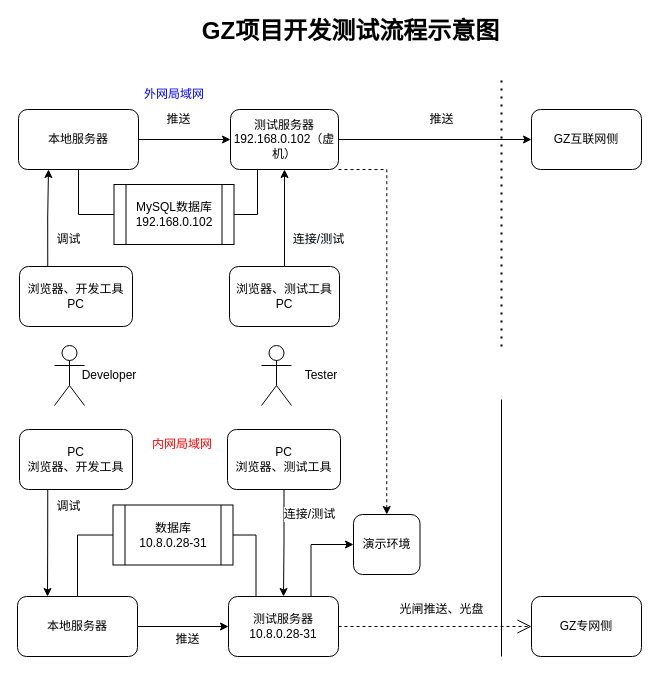
Above: page "Page-1" (1 of 3) of test.drawio in fanch-luck/uiapps (draw.io), before the change. Source tidied: cells renumbered, new cells numbered last; positions are measured from the earlier drawing's top-left corner, leaving out a move shared by most shapes. Both pictures are drawn from the tidied source at 100%, with x=0, y=0 at pixel (17, 21).
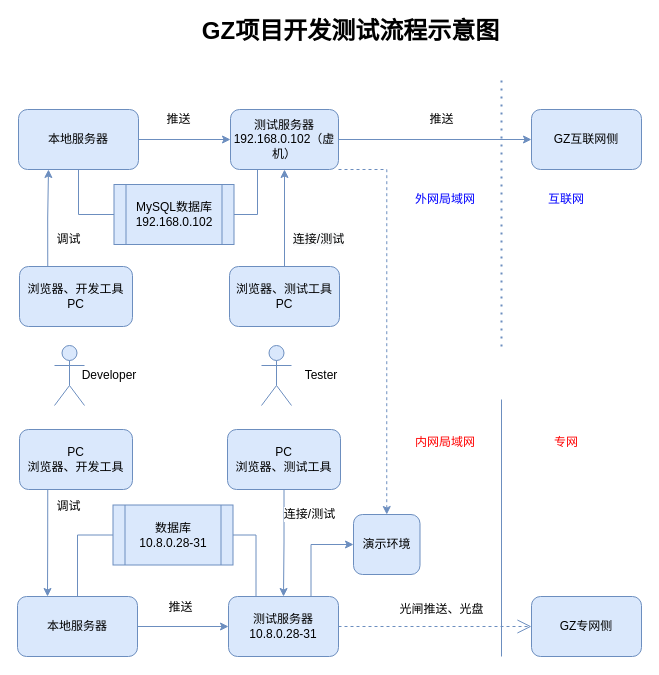
After the change.

Diff of the diagram source:
```diff
@@
-    <mxCell id="2" value="推送" style="edgeStyle=orthogonalEdgeStyle;rounded=0;jettySize=auto;html=1;exitX=1;exitY=0.5;exitDx=0;exitDy=0;entryX=0;entryY=0.5;entryDx=0;entryDy=0;fontSize=12;" parent="1" edge="1" source="5" target="11">
+    <mxCell id="2" value="推送" style="edgeStyle=orthogonalEdgeStyle;rounded=0;jettySize=auto;html=1;exitX=1;exitY=0.5;exitDx=0;exitDy=0;entryX=0;entryY=0.5;entryDx=0;entryDy=0;fontSize=12;strokeColor=#6c8ebf;fillColor=#dae8fc;" parent="1" edge="1" source="5" target="11">
       <mxGeometry x="0.07" y="20" relative="1" as="geometry" />
     </mxCell>
-    <mxCell id="3" style="edgeStyle=orthogonalEdgeStyle;rounded=0;jettySize=auto;html=1;exitX=0.25;exitY=1;exitDx=0;exitDy=0;entryX=1;entryY=0.5;entryDx=0;entryDy=0;fontSize=12;fontColor=#000000;endArrow=none;endFill=0;" parent="1" edge="1" source="5" target="24">
+    <mxCell id="3" style="edgeStyle=orthogonalEdgeStyle;rounded=0;jettySize=auto;html=1;exitX=0.25;exitY=1;exitDx=0;exitDy=0;entryX=1;entryY=0.5;entryDx=0;entryDy=0;fontSize=12;fontColor=#000000;endArrow=none;endFill=0;strokeColor=#6c8ebf;fillColor=#dae8fc;" parent="1" edge="1" source="5" target="24">
       <mxGeometry relative="1" as="geometry" />
     </mxCell>
-    <mxCell id="4" style="edgeStyle=orthogonalEdgeStyle;rounded=0;jettySize=auto;html=1;exitX=1;exitY=1;exitDx=0;exitDy=0;entryX=0.5;entryY=0;entryDx=0;entryDy=0;fontSize=12;fontColor=#000000;endArrow=classic;endFill=1;dashed=1;" parent="1" edge="1" source="5" target="37">
+    <mxCell id="4" style="edgeStyle=orthogonalEdgeStyle;rounded=0;jettySize=auto;html=1;exitX=1;exitY=1;exitDx=0;exitDy=0;entryX=0.5;entryY=0;entryDx=0;entryDy=0;fontSize=12;fontColor=#000000;endArrow=classic;endFill=1;dashed=1;strokeColor=#6c8ebf;fillColor=#dae8fc;" parent="1" edge="1" source="5" target="37">
       <mxGeometry relative="1" as="geometry">
         <Array as="points">
           <mxPoint x="369" y="148" />
         </Array>
       </mxGeometry>
     </mxCell>
-    <mxCell id="5" value="测试服务器&lt;br&gt;192.168.0.102（虚机）" style="rounded=1;whiteSpace=wrap;html=1;" parent="1" vertex="1">
+    <mxCell id="5" value="测试服务器&lt;br&gt;192.168.0.102（虚机）" style="rounded=1;whiteSpace=wrap;html=1;strokeColor=#6c8ebf;fillColor=#dae8fc;" parent="1" vertex="1">
       <mxGeometry x="213" y="88" width="108" height="60" as="geometry" />
     </mxCell>
-    <mxCell id="6" style="shape=umlActor;verticalLabelPosition=bottom;verticalAlign=top;html=1;" parent="1" vertex="1">
+    <mxCell id="6" style="shape=umlActor;verticalLabelPosition=bottom;verticalAlign=top;html=1;strokeColor=#6c8ebf;fillColor=#dae8fc;" parent="1" vertex="1">
       <mxGeometry x="37" y="324" width="30" height="60" as="geometry" />
     </mxCell>
-    <mxCell id="7" style="shape=umlActor;verticalLabelPosition=bottom;verticalAlign=top;html=1;" parent="1" vertex="1">
+    <mxCell id="7" style="shape=umlActor;verticalLabelPosition=bottom;verticalAlign=top;html=1;strokeColor=#6c8ebf;fillColor=#dae8fc;" parent="1" vertex="1">
       <mxGeometry x="244" y="324" width="30" height="60" as="geometry" />
     </mxCell>
-    <mxCell id="8" value="&lt;span style=&quot;font-size: 12px ; background-color: rgb(248 , 249 , 250)&quot;&gt;连接/测试&lt;/span&gt;" style="edgeStyle=orthogonalEdgeStyle;rounded=0;jettySize=auto;html=1;exitX=0.5;exitY=0;exitDx=0;exitDy=0;entryX=0.5;entryY=1;entryDx=0;entryDy=0;" parent="1" edge="1" source="9" target="5">
+    <mxCell id="8" value="&lt;span style=&quot;font-size: 12px ; background-color: rgb(248 , 249 , 250)&quot;&gt;连接/测试&lt;/span&gt;" style="edgeStyle=orthogonalEdgeStyle;rounded=0;jettySize=auto;html=1;exitX=0.5;exitY=0;exitDx=0;exitDy=0;entryX=0.5;entryY=1;entryDx=0;entryDy=0;strokeColor=#6c8ebf;fillColor=#dae8fc;" parent="1" edge="1" source="9" target="5">
       <mxGeometry x="-0.45" y="-33" relative="1" as="geometry">
         <mxPoint x="1" as="offset" />
       </mxGeometry>
     </mxCell>
-    <mxCell id="9" value="浏览器、测试工具&lt;br&gt;PC" style="rounded=1;whiteSpace=wrap;html=1;" parent="1" vertex="1">
+    <mxCell id="9" value="浏览器、测试工具&lt;br&gt;PC" style="rounded=1;whiteSpace=wrap;html=1;strokeColor=#6c8ebf;fillColor=#dae8fc;" parent="1" vertex="1">
       <mxGeometry x="212" y="245" width="110" height="60" as="geometry" />
     </mxCell>
-    <mxCell id="10" value="&lt;b&gt;&lt;font style=&quot;font-size: 24px&quot;&gt;GZ项目开发测试流程示意图&lt;/font&gt;&lt;/b&gt;" style="text;html=1;align=center;verticalAlign=middle;strokeColor=none;fillColor=none;" parent="1" vertex="1">
+    <mxCell id="10" value="&lt;b&gt;&lt;font style=&quot;font-size: 24px&quot;&gt;GZ项目开发测试流程示意图&lt;/font&gt;&lt;/b&gt;" style="text;html=1;align=center;verticalAlign=middle;" parent="1" vertex="1">
       <mxGeometry x="178" width="310" height="20" as="geometry" />
     </mxCell>
-    <mxCell id="11" value="GZ互联网侧" style="rounded=1;whiteSpace=wrap;html=1;" parent="1" vertex="1">
+    <mxCell id="11" value="GZ互联网侧" style="rounded=1;whiteSpace=wrap;html=1;strokeColor=#6c8ebf;fillColor=#dae8fc;" parent="1" vertex="1">
       <mxGeometry x="514" y="88" width="110" height="60" as="geometry" />
     </mxCell>
-    <mxCell id="12" style="endArrow=none;dashed=1;html=1;dashPattern=1 3;strokeWidth=2;rounded=0;fontSize=12;edgeStyle=orthogonalEdgeStyle;" parent="1" edge="1">
+    <mxCell id="12" style="endArrow=none;dashed=1;html=1;dashPattern=1 3;strokeWidth=2;rounded=0;fontSize=12;edgeStyle=orthogonalEdgeStyle;strokeColor=#6c8ebf;fillColor=#dae8fc;" parent="1" edge="1">
       <mxGeometry relative="1" as="geometry">
         <mxPoint x="484" y="325" as="sourcePoint" />
         <mxPoint x="484" y="55" as="targetPoint" />
       </mxGeometry>
     </mxCell>
-    <mxCell id="13" value="推送" style="edgeStyle=orthogonalEdgeStyle;rounded=0;jettySize=auto;html=1;exitX=1;exitY=0.5;exitDx=0;exitDy=0;entryX=0;entryY=0.5;entryDx=0;entryDy=0;fontSize=12;fontColor=#000000;endArrow=classic;endFill=1;" parent="1" edge="1" source="14" target="18">
-      <mxGeometry x="0.1" y="-13" relative="1" as="geometry" />
+    <mxCell id="13" value="推送" style="edgeStyle=orthogonalEdgeStyle;rounded=0;jettySize=auto;html=1;exitX=1;exitY=0.5;exitDx=0;exitDy=0;entryX=0;entryY=0.5;entryDx=0;entryDy=0;fontSize=12;fontColor=#000000;endArrow=classic;endFill=1;strokeColor=#6c8ebf;fillColor=#dae8fc;" parent="1" edge="1" source="14" target="18">
+      <mxGeometry x="-0.05" y="19" relative="1" as="geometry" />
     </mxCell>
-    <mxCell id="14" value="本地服务器" style="rounded=1;whiteSpace=wrap;html=1;" parent="1" vertex="1">
+    <mxCell id="14" value="本地服务器" style="rounded=1;whiteSpace=wrap;html=1;strokeColor=#6c8ebf;fillColor=#dae8fc;" parent="1" vertex="1">
       <mxGeometry y="575" width="120" height="60" as="geometry" />
     </mxCell>
-    <mxCell id="15" value="连接/测试" style="edgeStyle=orthogonalEdgeStyle;rounded=0;jettySize=auto;html=1;exitX=0.5;exitY=1;exitDx=0;exitDy=0;fontSize=12;" parent="1" edge="1" source="16" target="18">
+    <mxCell id="15" value="连接/测试" style="edgeStyle=orthogonalEdgeStyle;rounded=0;jettySize=auto;html=1;exitX=0.5;exitY=1;exitDx=0;exitDy=0;fontSize=12;strokeColor=#6c8ebf;fillColor=#dae8fc;" parent="1" edge="1" source="16" target="18">
       <mxGeometry x="-0.54" y="25" relative="1" as="geometry" />
     </mxCell>
-    <mxCell id="16" value="PC&lt;br&gt;浏览器、测试工具" style="rounded=1;whiteSpace=wrap;html=1;" parent="1" vertex="1">
+    <mxCell id="16" value="PC&lt;br&gt;浏览器、测试工具" style="rounded=1;whiteSpace=wrap;html=1;strokeColor=#6c8ebf;fillColor=#dae8fc;" parent="1" vertex="1">
       <mxGeometry x="210" y="408" width="113" height="60" as="geometry" />
     </mxCell>
-    <mxCell id="17" style="edgeStyle=orthogonalEdgeStyle;rounded=0;jettySize=auto;html=1;exitX=0.75;exitY=0;exitDx=0;exitDy=0;entryX=0;entryY=0.5;entryDx=0;entryDy=0;fontSize=12;fontColor=#000000;endArrow=classic;endFill=1;" parent="1" edge="1" source="18" target="37">
+    <mxCell id="17" style="edgeStyle=orthogonalEdgeStyle;rounded=0;jettySize=auto;html=1;exitX=0.75;exitY=0;exitDx=0;exitDy=0;entryX=0;entryY=0.5;entryDx=0;entryDy=0;fontSize=12;fontColor=#000000;endArrow=classic;endFill=1;strokeColor=#6c8ebf;fillColor=#dae8fc;" parent="1" edge="1" source="18" target="37">
       <mxGeometry relative="1" as="geometry" />
     </mxCell>
-    <mxCell id="18" value="测试服务器&lt;br&gt;10.8.0.28-31" style="rounded=1;whiteSpace=wrap;html=1;" parent="1" vertex="1">
+    <mxCell id="18" value="测试服务器&lt;br&gt;10.8.0.28-31" style="rounded=1;whiteSpace=wrap;html=1;strokeColor=#6c8ebf;fillColor=#dae8fc;" parent="1" vertex="1">
       <mxGeometry x="211" y="575" width="110" height="60" as="geometry" />
     </mxCell>
-    <mxCell id="19" value="GZ专网侧" style="rounded=1;whiteSpace=wrap;html=1;" parent="1" vertex="1">
+    <mxCell id="19" value="GZ专网侧" style="rounded=1;whiteSpace=wrap;html=1;strokeColor=#6c8ebf;fillColor=#dae8fc;" parent="1" vertex="1">
       <mxGeometry x="514" y="575" width="110" height="60" as="geometry" />
     </mxCell>
-    <mxCell id="20" style="endArrow=none;html=1;rounded=0;fontSize=12;edgeStyle=orthogonalEdgeStyle;" parent="1" edge="1">
+    <mxCell id="20" style="endArrow=none;html=1;rounded=0;fontSize=12;edgeStyle=orthogonalEdgeStyle;strokeColor=#6c8ebf;fillColor=#dae8fc;" parent="1" edge="1">
       <mxGeometry relative="1" as="geometry">
         <mxPoint x="484" y="635" as="sourcePoint" />
         <mxPoint x="484" y="378" as="targetPoint" />
       </mxGeometry>
     </mxCell>
-    <mxCell id="21" value="光闸推送、光盘" style="endArrow=open;endSize=12;dashed=1;html=1;rounded=0;fontSize=12;edgeStyle=orthogonalEdgeStyle;exitX=1;exitY=0.5;exitDx=0;exitDy=0;entryX=0;entryY=0.5;entryDx=0;entryDy=0;" parent="1" edge="1" source="18" target="19">
+    <mxCell id="21" value="光闸推送、光盘" style="endArrow=open;endSize=12;dashed=1;html=1;rounded=0;fontSize=12;edgeStyle=orthogonalEdgeStyle;exitX=1;exitY=0.5;exitDx=0;exitDy=0;entryX=0;entryY=0.5;entryDx=0;entryDy=0;strokeColor=#6c8ebf;fillColor=#dae8fc;" parent="1" edge="1" source="18" target="19">
       <mxGeometry x="0.07" y="17" relative="1" as="geometry" />
     </mxCell>
     <mxCell id="22" value="内网局域网" style="text;html=1;strokeColor=none;fillColor=none;align=center;verticalAlign=middle;whiteSpace=wrap;rounded=0;fontSize=12;fontColor=#FF0000;" parent="1" vertex="1">
-      <mxGeometry x="130" y="408" width="70" height="30" as="geometry" />
+      <mxGeometry x="393" y="406" width="70" height="30" as="geometry" />
     </mxCell>
     <mxCell id="23" value="外网局域网" style="text;html=1;strokeColor=none;fillColor=none;align=center;verticalAlign=middle;whiteSpace=wrap;rounded=0;fontSize=12;fontColor=#0000FF;" parent="1" vertex="1">
-      <mxGeometry x="121.5" y="58" width="70" height="30" as="geometry" />
+      <mxGeometry x="393" y="163" width="70" height="30" as="geometry" />
     </mxCell>
-    <mxCell id="24" value="MySQL数据库&lt;br&gt;192.168.0.102" style="shape=process;whiteSpace=wrap;html=1;backgroundOutline=1;" parent="1" vertex="1">
+    <mxCell id="24" value="MySQL数据库&lt;br&gt;192.168.0.102" style="shape=process;whiteSpace=wrap;html=1;backgroundOutline=1;strokeColor=#6c8ebf;fillColor=#dae8fc;" parent="1" vertex="1">
       <mxGeometry x="96.5" y="163" width="120" height="60" as="geometry" />
     </mxCell>
-    <mxCell id="25" value="&lt;font color=&quot;#000000&quot;&gt;推送&lt;/font&gt;" style="edgeStyle=orthogonalEdgeStyle;rounded=0;jettySize=auto;html=1;exitX=1;exitY=0.5;exitDx=0;exitDy=0;entryX=0;entryY=0.5;entryDx=0;entryDy=0;fontSize=12;fontColor=#0000FF;" parent="1" edge="1" source="26" target="5">
+    <mxCell id="25" value="&lt;font color=&quot;#000000&quot;&gt;推送&lt;/font&gt;" style="edgeStyle=orthogonalEdgeStyle;rounded=0;jettySize=auto;html=1;exitX=1;exitY=0.5;exitDx=0;exitDy=0;entryX=0;entryY=0.5;entryDx=0;entryDy=0;fontSize=12;fontColor=#0000FF;strokeColor=#6c8ebf;fillColor=#dae8fc;" parent="1" edge="1" source="26" target="5">
       <mxGeometry x="-0.13" y="20" relative="1" as="geometry" />
     </mxCell>
-    <mxCell id="26" value="本地服务器" style="rounded=1;whiteSpace=wrap;html=1;" parent="1" vertex="1">
+    <mxCell id="26" value="本地服务器" style="rounded=1;whiteSpace=wrap;html=1;strokeColor=#6c8ebf;fillColor=#dae8fc;" parent="1" vertex="1">
       <mxGeometry x="1" y="88" width="120" height="60" as="geometry" />
     </mxCell>
-    <mxCell id="27" value="调试" style="edgeStyle=orthogonalEdgeStyle;rounded=0;jettySize=auto;html=1;exitX=0.25;exitY=0;exitDx=0;exitDy=0;entryX=0.25;entryY=1;entryDx=0;entryDy=0;fontSize=12;fontColor=#000000;endArrow=classic;endFill=1;" parent="1" edge="1" source="28" target="26">
+    <mxCell id="27" value="调试" style="edgeStyle=orthogonalEdgeStyle;rounded=0;jettySize=auto;html=1;exitX=0.25;exitY=0;exitDx=0;exitDy=0;entryX=0.25;entryY=1;entryDx=0;entryDy=0;fontSize=12;fontColor=#000000;endArrow=classic;endFill=1;strokeColor=#6c8ebf;fillColor=#dae8fc;" parent="1" edge="1" source="28" target="26">
       <mxGeometry x="-0.45" y="-21" relative="1" as="geometry" />
     </mxCell>
-    <mxCell id="28" value="浏览器、开发工具&lt;br&gt;PC" style="rounded=1;whiteSpace=wrap;html=1;" parent="1" vertex="1">
+    <mxCell id="28" value="浏览器、开发工具&lt;br&gt;PC" style="rounded=1;whiteSpace=wrap;html=1;strokeColor=#6c8ebf;fillColor=#dae8fc;" parent="1" vertex="1">
       <mxGeometry x="2" y="245" width="113" height="60" as="geometry" />
     </mxCell>
-    <mxCell id="29" style="edgeStyle=orthogonalEdgeStyle;rounded=0;jettySize=auto;html=1;exitX=0.5;exitY=1;exitDx=0;exitDy=0;entryX=0;entryY=0.5;entryDx=0;entryDy=0;fontSize=12;fontColor=#000000;endArrow=none;endFill=0;" parent="1" edge="1" source="26" target="24">
+    <mxCell id="29" style="edgeStyle=orthogonalEdgeStyle;rounded=0;jettySize=auto;html=1;exitX=0.5;exitY=1;exitDx=0;exitDy=0;entryX=0;entryY=0.5;entryDx=0;entryDy=0;fontSize=12;fontColor=#000000;endArrow=none;endFill=0;strokeColor=#6c8ebf;fillColor=#dae8fc;" parent="1" edge="1" source="26" target="24">
       <mxGeometry relative="1" as="geometry" />
     </mxCell>
-    <mxCell id="30" value="调试" style="edgeStyle=orthogonalEdgeStyle;rounded=0;jettySize=auto;html=1;exitX=0.25;exitY=1;exitDx=0;exitDy=0;entryX=0.25;entryY=0;entryDx=0;entryDy=0;fontSize=12;fontColor=#000000;endArrow=classic;endFill=1;" parent="1" edge="1" source="31" target="14">
+    <mxCell id="30" value="调试" style="edgeStyle=orthogonalEdgeStyle;rounded=0;jettySize=auto;html=1;exitX=0.25;exitY=1;exitDx=0;exitDy=0;entryX=0.25;entryY=0;entryDx=0;entryDy=0;fontSize=12;fontColor=#000000;endArrow=classic;endFill=1;strokeColor=#6c8ebf;fillColor=#dae8fc;" parent="1" edge="1" source="31" target="14">
       <mxGeometry x="-0.68" y="21" relative="1" as="geometry" />
     </mxCell>
-    <mxCell id="31" value="PC&lt;br&gt;浏览器、开发工具" style="rounded=1;whiteSpace=wrap;html=1;" parent="1" vertex="1">
+    <mxCell id="31" value="PC&lt;br&gt;浏览器、开发工具" style="rounded=1;whiteSpace=wrap;html=1;strokeColor=#6c8ebf;fillColor=#dae8fc;" parent="1" vertex="1">
       <mxGeometry x="2" y="408" width="113" height="60" as="geometry" />
     </mxCell>
-    <mxCell id="32" value="数据库&lt;br&gt;10.8.0.28-31" style="shape=process;whiteSpace=wrap;html=1;backgroundOutline=1;" parent="1" vertex="1">
+    <mxCell id="32" value="数据库&lt;br&gt;10.8.0.28-31" style="shape=process;whiteSpace=wrap;html=1;backgroundOutline=1;strokeColor=#6c8ebf;fillColor=#dae8fc;" parent="1" vertex="1">
       <mxGeometry x="95.5" y="483.5" width="120" height="60" as="geometry" />
     </mxCell>
-    <mxCell id="33" style="edgeStyle=orthogonalEdgeStyle;rounded=0;jettySize=auto;html=1;exitX=0.5;exitY=0;exitDx=0;exitDy=0;entryX=0;entryY=0.5;entryDx=0;entryDy=0;fontSize=12;fontColor=#000000;endArrow=none;endFill=0;" parent="1" edge="1" source="14" target="32">
+    <mxCell id="33" style="edgeStyle=orthogonalEdgeStyle;rounded=0;jettySize=auto;html=1;exitX=0.5;exitY=0;exitDx=0;exitDy=0;entryX=0;entryY=0.5;entryDx=0;entryDy=0;fontSize=12;fontColor=#000000;endArrow=none;endFill=0;strokeColor=#6c8ebf;fillColor=#dae8fc;" parent="1" edge="1" source="14" target="32">
       <mxGeometry relative="1" as="geometry" />
     </mxCell>
-    <mxCell id="34" style="edgeStyle=orthogonalEdgeStyle;rounded=0;jettySize=auto;html=1;entryX=1;entryY=0.5;entryDx=0;entryDy=0;fontSize=12;fontColor=#000000;endArrow=none;endFill=0;exitX=0.25;exitY=0;exitDx=0;exitDy=0;" parent="1" edge="1" source="18" target="32">
+    <mxCell id="34" style="edgeStyle=orthogonalEdgeStyle;rounded=0;jettySize=auto;html=1;entryX=1;entryY=0.5;entryDx=0;entryDy=0;fontSize=12;fontColor=#000000;endArrow=none;endFill=0;exitX=0.25;exitY=0;exitDx=0;exitDy=0;strokeColor=#6c8ebf;fillColor=#dae8fc;" parent="1" edge="1" source="18" target="32">
       <mxGeometry relative="1" as="geometry" />
     </mxCell>
@@
-    <mxCell id="37" value="演示环境" style="rounded=1;whiteSpace=wrap;html=1;fontSize=12;fontColor=#000000;strokeColor=#000000;fillColor=none;" parent="1" vertex="1">
+    <mxCell id="37" value="演示环境" style="rounded=1;whiteSpace=wrap;html=1;fontSize=12;strokeColor=#6c8ebf;fillColor=#dae8fc;" parent="1" vertex="1">
       <mxGeometry x="336" y="493" width="66.5" height="60" as="geometry" />
     </mxCell>
+    <mxCell id="38" value="互联网" style="text;html=1;strokeColor=none;fillColor=none;align=center;verticalAlign=middle;whiteSpace=wrap;rounded=0;fontSize=12;fontColor=#0000FF;" parent="1" vertex="1">
+      <mxGeometry x="514" y="163" width="70" height="30" as="geometry" />
+    </mxCell>
+    <mxCell id="39" value="专网" style="text;html=1;strokeColor=none;fillColor=none;align=center;verticalAlign=middle;whiteSpace=wrap;rounded=0;fontSize=12;fontColor=#FF0000;" parent="1" vertex="1">
+      <mxGeometry x="514" y="406" width="70" height="30" as="geometry" />
+    </mxCell>
```
